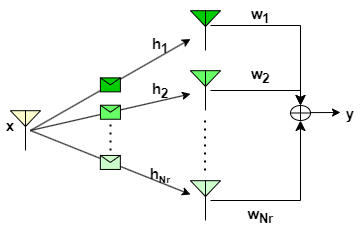
Above: experiment/images/exp5_3.png in virtual-labs/exp-spatial-diversity-iiith (draw.io), before the change. Source tidied: cells renumbered, new cells last; positions are measured from the earlier drawing's top-left corner, leaving out a move shared by most shapes.
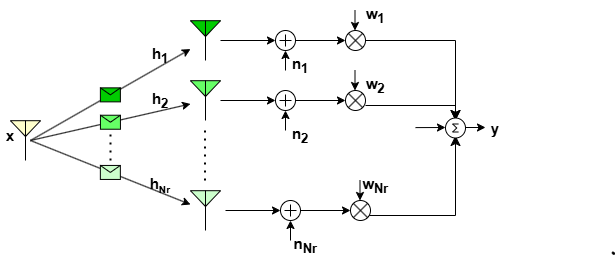
After the commit.

What changed in the source:
```diff
@@ -65,44 +65,185 @@
     <mxCell id="16" value="&lt;b&gt;&lt;font style=&quot;font-size: 15px;&quot;&gt;h&lt;sub&gt;1&lt;/sub&gt;&lt;/font&gt;&lt;/b&gt;" style="text;html=1;align=center;verticalAlign=middle;whiteSpace=wrap;rounded=0;" parent="1" vertex="1">
       <mxGeometry x="150" y="30" width="20" height="30" as="geometry" />
     </mxCell>
-    <mxCell id="17" style="shape=orEllipse;perimeter=ellipsePerimeter;whiteSpace=wrap;html=1;backgroundOutline=1;" parent="1" vertex="1">
-      <mxGeometry x="290" y="105" width="20" height="15" as="geometry" />
-    </mxCell>
-    <mxCell id="18" style="edgeStyle=segmentEdgeStyle;endArrow=classic;html=1;curved=0;rounded=0;endSize=8;startSize=8;entryX=0.5;entryY=1;entryDx=0;entryDy=0;" parent="1" edge="1" target="17">
-      <mxGeometry relative="1" as="geometry">
-        <mxPoint x="210" y="200" as="sourcePoint" />
-      </mxGeometry>
-    </mxCell>
-    <mxCell id="19" style="edgeStyle=segmentEdgeStyle;endArrow=classic;html=1;curved=0;rounded=0;endSize=8;startSize=8;entryX=0.5;entryY=0;entryDx=0;entryDy=0;" parent="1" edge="1" target="17">
-      <mxGeometry relative="1" as="geometry">
-        <mxPoint x="210" y="90" as="sourcePoint" />
-      </mxGeometry>
-    </mxCell>
-    <mxCell id="20" style="edgeStyle=segmentEdgeStyle;endArrow=classic;html=1;curved=0;rounded=0;endSize=8;startSize=8;entryX=0.5;entryY=0;entryDx=0;entryDy=0;" parent="1" edge="1" target="17">
-      <mxGeometry relative="1" as="geometry">
-        <mxPoint x="210" y="25" as="sourcePoint" />
-      </mxGeometry>
-    </mxCell>
-    <mxCell id="21" style="endArrow=classic;html=1;rounded=0;" parent="1" edge="1">
-      <mxGeometry relative="1" as="geometry">
-        <mxPoint x="310" y="112.1" as="sourcePoint" />
-        <mxPoint x="340" y="112" as="targetPoint" />
-      </mxGeometry>
-    </mxCell>
+    <mxCell id="26" value="&lt;span style=&quot;font-size: 15px;&quot;&gt;&lt;b&gt;x&lt;/b&gt;&lt;/span&gt;" style="text;html=1;align=center;verticalAlign=middle;whiteSpace=wrap;rounded=0;" parent="1" vertex="1">
+      <mxGeometry y="110" width="20" height="30" as="geometry" />
+    </mxCell>
+    <mxCell id="27" style="group;" parent="1" vertex="1">
+      <mxGeometry x="220" y="-10" width="295" height="260" as="geometry" />
+    </mxCell>
+    <mxCell id="25" value="&lt;span style=&quot;font-size: 15px;&quot;&gt;&lt;b&gt;w&lt;sub&gt;1&lt;/sub&gt;&lt;/b&gt;&lt;/span&gt;" style="text;html=1;align=center;verticalAlign=middle;whiteSpace=wrap;rounded=0;" parent="27" vertex="1">
+      <mxGeometry x="145" width="20" height="30" as="geometry" />
+    </mxCell>
+    <mxCell id="28" style="group;" parent="27" vertex="1">
+      <mxGeometry x="145" y="40" width="150" height="175" as="geometry" />
+    </mxCell>
+    <mxCell id="29" style="edgeStyle=segmentEdgeStyle;endArrow=classic;html=1;curved=0;rounded=0;endSize=8;startSize=8;entryX=0.5;entryY=1;entryDx=0;entryDy=0;" parent="28" edge="1">
+      <mxGeometry relative="1" as="geometry">
+        <mxPoint y="175" as="sourcePoint" />
+        <mxPoint x="90" y="95" as="targetPoint" />
+      </mxGeometry>
+    </mxCell>
+    <mxCell id="30" style="edgeStyle=segmentEdgeStyle;endArrow=classic;html=1;curved=0;rounded=0;endSize=8;startSize=8;entryX=0.5;entryY=0;entryDx=0;entryDy=0;" parent="28" edge="1">
+      <mxGeometry relative="1" as="geometry">
+        <mxPoint y="65" as="sourcePoint" />
+        <mxPoint x="90" y="80" as="targetPoint" />
+      </mxGeometry>
+    </mxCell>
+    <mxCell id="31" style="edgeStyle=segmentEdgeStyle;endArrow=classic;html=1;curved=0;rounded=0;endSize=8;startSize=8;entryX=0.5;entryY=0;entryDx=0;entryDy=0;" parent="28" edge="1">
+      <mxGeometry relative="1" as="geometry">
+        <mxPoint as="sourcePoint" />
+        <mxPoint x="90" y="80" as="targetPoint" />
+      </mxGeometry>
+    </mxCell>
-    <mxCell id="22" value="&lt;span style=&quot;font-size: 15px;&quot;&gt;&lt;b&gt;y&lt;/b&gt;&lt;/span&gt;" style="text;html=1;align=center;verticalAlign=middle;whiteSpace=wrap;rounded=0;" parent="1" vertex="1">
-      <mxGeometry x="340" y="101.2" width="20" height="22.5" as="geometry" />
+    <mxCell id="22" value="&lt;span style=&quot;font-size: 15px;&quot;&gt;&lt;b&gt;y&lt;/b&gt;&lt;/span&gt;" style="text;html=1;align=center;verticalAlign=middle;whiteSpace=wrap;rounded=0;" parent="28" vertex="1">
+      <mxGeometry x="120" y="76.2" width="20" height="22.5" as="geometry" />
     </mxCell>
+    <mxCell id="32" style="endArrow=classic;html=1;rounded=0;" parent="28" edge="1">
+      <mxGeometry relative="1" as="geometry">
+        <mxPoint x="50" y="87.1" as="sourcePoint" />
+        <mxPoint x="80" y="87" as="targetPoint" />
+      </mxGeometry>
+    </mxCell>
+    <mxCell id="33" style="verticalLabelPosition=bottom;shadow=0;dashed=0;align=center;html=1;verticalAlign=top;shape=mxgraph.electrical.abstract.sum;" parent="28" vertex="1">
+      <mxGeometry x="80" y="77.5" width="20" height="20" as="geometry" />
+    </mxCell>
+    <mxCell id="34" style="endArrow=classic;html=1;rounded=0;" parent="28" edge="1">
+      <mxGeometry relative="1" as="geometry">
+        <mxPoint x="100" y="87" as="sourcePoint" />
+        <mxPoint x="120" y="87" as="targetPoint" />
+      </mxGeometry>
+    </mxCell>
+    <mxCell id="24" value="&lt;span style=&quot;font-size: 15px;&quot;&gt;&lt;b&gt;w&lt;sub&gt;2&lt;/sub&gt;&lt;/b&gt;&lt;/span&gt;" style="text;html=1;align=center;verticalAlign=middle;whiteSpace=wrap;rounded=0;" parent="28" vertex="1">
+      <mxGeometry y="30" width="20" height="30" as="geometry" />
+    </mxCell>
-    <mxCell id="23" value="&lt;span style=&quot;font-size: 15px;&quot;&gt;&lt;b&gt;w&lt;sub&gt;Nr&lt;/sub&gt;&lt;/b&gt;&lt;/span&gt;" style="text;html=1;align=center;verticalAlign=middle;whiteSpace=wrap;rounded=0;" parent="1" vertex="1">
-      <mxGeometry x="250" y="200" width="20" height="30" as="geometry" />
+    <mxCell id="23" value="&lt;span style=&quot;font-size: 15px;&quot;&gt;&lt;b&gt;w&lt;sub&gt;Nr&lt;/sub&gt;&lt;/b&gt;&lt;/span&gt;" style="text;html=1;align=center;verticalAlign=middle;whiteSpace=wrap;rounded=0;" parent="28" vertex="1">
+      <mxGeometry y="130" width="20" height="30" as="geometry" />
     </mxCell>
-    <mxCell id="24" value="&lt;span style=&quot;font-size: 15px;&quot;&gt;&lt;b&gt;w&lt;sub&gt;2&lt;/sub&gt;&lt;/b&gt;&lt;/span&gt;" style="text;html=1;align=center;verticalAlign=middle;whiteSpace=wrap;rounded=0;" parent="1" vertex="1">
-      <mxGeometry x="250" y="60" width="20" height="30" as="geometry" />
-    </mxCell>
-    <mxCell id="25" value="&lt;span style=&quot;font-size: 15px;&quot;&gt;&lt;b&gt;w&lt;sub&gt;1&lt;/sub&gt;&lt;/b&gt;&lt;/span&gt;" style="text;html=1;align=center;verticalAlign=middle;whiteSpace=wrap;rounded=0;" parent="1" vertex="1">
-      <mxGeometry x="250" width="20" height="30" as="geometry" />
-    </mxCell>
-    <mxCell id="26" value="&lt;span style=&quot;font-size: 15px;&quot;&gt;&lt;b&gt;x&lt;/b&gt;&lt;/span&gt;" style="text;html=1;align=center;verticalAlign=middle;whiteSpace=wrap;rounded=0;" parent="1" vertex="1">
-      <mxGeometry y="110" width="20" height="30" as="geometry" />
-    </mxCell>
+    <mxCell id="35" style="group;" parent="27" vertex="1">
+      <mxGeometry y="10" width="145" height="70" as="geometry" />
+    </mxCell>
+    <mxCell id="36" style="endArrow=classic;html=1;rounded=0;" parent="35" edge="1">
+      <mxGeometry relative="1" as="geometry">
+        <mxPoint x="134.5" as="sourcePoint" />
+        <mxPoint x="134.5" y="20" as="targetPoint" />
+      </mxGeometry>
+    </mxCell>
+    <mxCell id="37" style="group;" parent="35" vertex="1">
+      <mxGeometry y="20" width="145" height="50" as="geometry" />
+    </mxCell>
+    <mxCell id="38" style="verticalLabelPosition=bottom;shadow=0;dashed=0;align=center;html=1;verticalAlign=top;shape=mxgraph.electrical.abstract.summation_point;" parent="37" vertex="1">
+      <mxGeometry x="55" width="20" height="20" as="geometry" />
+    </mxCell>
+    <mxCell id="39" style="group;" parent="37" vertex="1">
+      <mxGeometry width="145" height="50" as="geometry" />
+    </mxCell>
+    <mxCell id="40" style="endArrow=classic;html=1;rounded=0;" parent="39" edge="1">
+      <mxGeometry relative="1" as="geometry">
+        <mxPoint x="65" y="40" as="sourcePoint" />
+        <mxPoint x="65" y="20" as="targetPoint" />
+      </mxGeometry>
+    </mxCell>
+    <mxCell id="41" style="endArrow=classic;html=1;rounded=0;" parent="39" edge="1">
+      <mxGeometry relative="1" as="geometry">
+        <mxPoint y="10" as="sourcePoint" />
+        <mxPoint x="55" y="10" as="targetPoint" />
+      </mxGeometry>
+    </mxCell>
+    <mxCell id="42" style="endArrow=classic;html=1;rounded=0;" parent="39" edge="1">
+      <mxGeometry relative="1" as="geometry">
+        <mxPoint x="75" y="10" as="sourcePoint" />
+        <mxPoint x="125" y="10" as="targetPoint" />
+      </mxGeometry>
+    </mxCell>
+    <mxCell id="43" style="shape=sumEllipse;perimeter=ellipsePerimeter;whiteSpace=wrap;html=1;backgroundOutline=1;" parent="39" vertex="1">
+      <mxGeometry x="125" width="20" height="20" as="geometry" />
+    </mxCell>
+    <mxCell id="44" value="&lt;span style=&quot;font-size: 15px;&quot;&gt;&lt;b&gt;n&lt;sub&gt;1&lt;/sub&gt;&lt;/b&gt;&lt;/span&gt;" style="text;html=1;align=center;verticalAlign=middle;whiteSpace=wrap;rounded=0;" parent="39" vertex="1">
+      <mxGeometry x="70" y="20" width="20" height="30" as="geometry" />
+    </mxCell>
+    <mxCell id="45" style="group;" parent="27" vertex="1">
+      <mxGeometry x="5" y="180" width="145" height="60" as="geometry" />
+    </mxCell>
+    <mxCell id="46" style="verticalLabelPosition=bottom;shadow=0;dashed=0;align=center;html=1;verticalAlign=top;shape=mxgraph.electrical.abstract.summation_point;" parent="45" vertex="1">
+      <mxGeometry x="55" y="20" width="20" height="20" as="geometry" />
+    </mxCell>
+    <mxCell id="47" style="endArrow=classic;html=1;rounded=0;" parent="45" edge="1">
+      <mxGeometry relative="1" as="geometry">
+        <mxPoint x="134.5" as="sourcePoint" />
+        <mxPoint x="134.5" y="20" as="targetPoint" />
+      </mxGeometry>
+    </mxCell>
+    <mxCell id="48" style="group;" parent="45" vertex="1">
+      <mxGeometry y="20" width="145" height="40" as="geometry" />
+    </mxCell>
+    <mxCell id="49" style="endArrow=classic;html=1;rounded=0;" parent="48" edge="1">
+      <mxGeometry relative="1" as="geometry">
+        <mxPoint x="65" y="40" as="sourcePoint" />
+        <mxPoint x="65" y="20" as="targetPoint" />
+      </mxGeometry>
+    </mxCell>
+    <mxCell id="50" style="endArrow=classic;html=1;rounded=0;" parent="48" edge="1">
+      <mxGeometry relative="1" as="geometry">
+        <mxPoint y="10" as="sourcePoint" />
+        <mxPoint x="55" y="10" as="targetPoint" />
+      </mxGeometry>
+    </mxCell>
+    <mxCell id="51" style="endArrow=classic;html=1;rounded=0;" parent="48" edge="1">
+      <mxGeometry relative="1" as="geometry">
+        <mxPoint x="75" y="10" as="sourcePoint" />
+        <mxPoint x="125" y="10" as="targetPoint" />
+      </mxGeometry>
+    </mxCell>
+    <mxCell id="52" style="shape=sumEllipse;perimeter=ellipsePerimeter;whiteSpace=wrap;html=1;backgroundOutline=1;" parent="48" vertex="1">
+      <mxGeometry x="125" width="20" height="20" as="geometry" />
+    </mxCell>
+    <mxCell id="53" value="&lt;span style=&quot;font-size: 15px;&quot;&gt;&lt;b&gt;n&lt;sub&gt;Nr&lt;/sub&gt;&lt;/b&gt;&lt;/span&gt;" style="text;html=1;align=center;verticalAlign=middle;whiteSpace=wrap;rounded=0;" parent="27" vertex="1">
+      <mxGeometry x="75" y="230" width="20" height="30" as="geometry" />
+    </mxCell>
+    <mxCell id="54" style="group;" parent="27" vertex="1">
+      <mxGeometry y="70" width="145" height="80" as="geometry" />
+    </mxCell>
+    <mxCell id="55" style="endArrow=classic;html=1;rounded=0;" parent="54" edge="1">
+      <mxGeometry relative="1" as="geometry">
+        <mxPoint x="134.5" as="sourcePoint" />
+        <mxPoint x="134.5" y="20" as="targetPoint" />
+      </mxGeometry>
+    </mxCell>
+    <mxCell id="56" style="group;" parent="54" vertex="1">
+      <mxGeometry y="20" width="145" height="60" as="geometry" />
+    </mxCell>
+    <mxCell id="57" style="verticalLabelPosition=bottom;shadow=0;dashed=0;align=center;html=1;verticalAlign=top;shape=mxgraph.electrical.abstract.summation_point;" parent="56" vertex="1">
+      <mxGeometry x="55" width="20" height="20" as="geometry" />
+    </mxCell>
+    <mxCell id="58" style="group;" parent="56" vertex="1">
+      <mxGeometry width="145" height="60" as="geometry" />
+    </mxCell>
+    <mxCell id="59" style="endArrow=classic;html=1;rounded=0;" parent="58" edge="1">
+      <mxGeometry relative="1" as="geometry">
+        <mxPoint x="65" y="40" as="sourcePoint" />
+        <mxPoint x="65" y="20" as="targetPoint" />
+      </mxGeometry>
+    </mxCell>
+    <mxCell id="60" style="endArrow=classic;html=1;rounded=0;" parent="58" edge="1">
+      <mxGeometry relative="1" as="geometry">
+        <mxPoint y="10" as="sourcePoint" />
+        <mxPoint x="55" y="10" as="targetPoint" />
+      </mxGeometry>
+    </mxCell>
+    <mxCell id="61" style="endArrow=classic;html=1;rounded=0;" parent="58" edge="1">
+      <mxGeometry relative="1" as="geometry">
+        <mxPoint x="75" y="10" as="sourcePoint" />
+        <mxPoint x="125" y="10" as="targetPoint" />
+      </mxGeometry>
+    </mxCell>
+    <mxCell id="62" style="shape=sumEllipse;perimeter=ellipsePerimeter;whiteSpace=wrap;html=1;backgroundOutline=1;" parent="58" vertex="1">
+      <mxGeometry x="125" width="20" height="20" as="geometry" />
+    </mxCell>
+    <mxCell id="63" value="&lt;span style=&quot;font-size: 15px;&quot;&gt;&lt;b&gt;n&lt;sub&gt;2&lt;/sub&gt;&lt;/b&gt;&lt;/span&gt;" style="text;html=1;align=center;verticalAlign=middle;whiteSpace=wrap;rounded=0;" parent="58" vertex="1">
+      <mxGeometry x="70" y="30" width="20" height="30" as="geometry" />
+    </mxCell>
+    <mxCell id="64" style="shape=(stored shape, 640 characters);lineShape=1;strokeColor=default;" parent="1" vertex="1">
+      <mxGeometry x="611.7" y="241.3" width="2.5" height="2.5" as="geometry" />
+    </mxCell>
   </root>
 </mxGraphModel>
```
